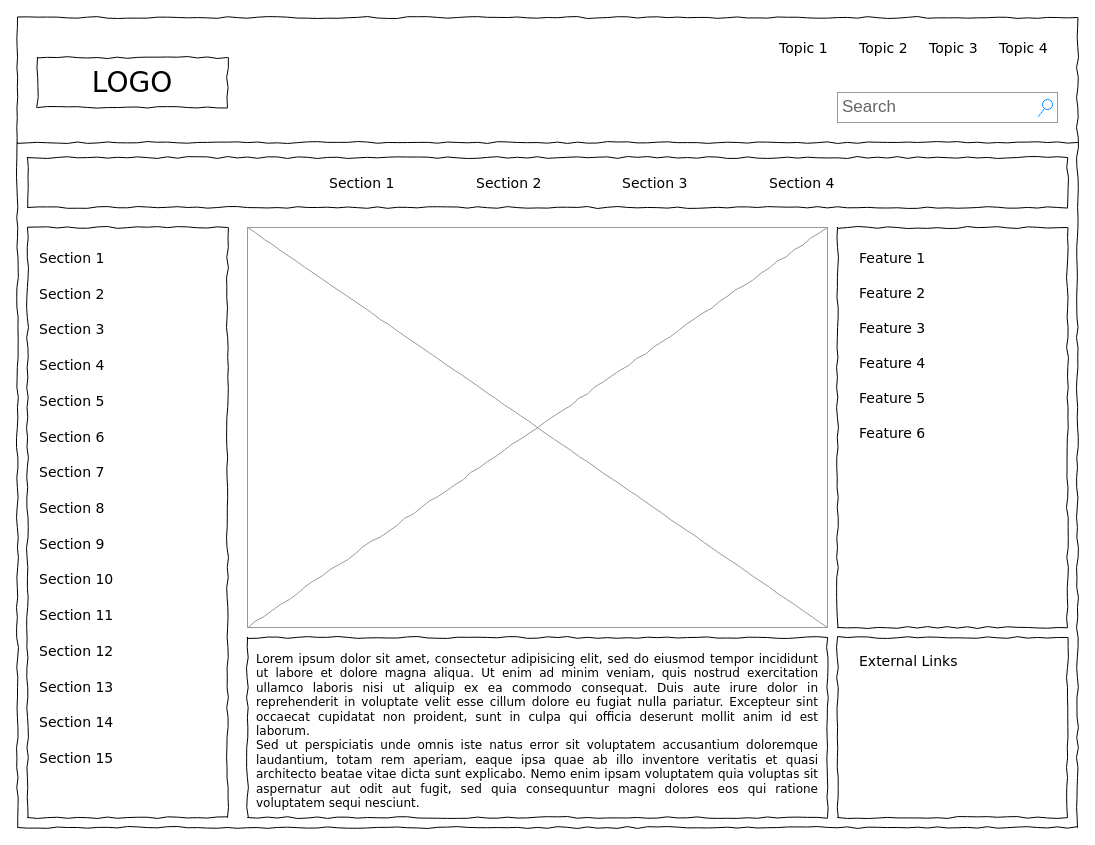
Earlier version of the draw.io diagram pictures/Untitled Diagram.drawio (RaspInLoop/ria-devdoc). Source tidied: cells renumbered, new cells numbered last; positions are measured from the earlier drawing's top-left corner, leaving out a move shared by most shapes. Both pictures are drawn from the tidied source at 100%, with x=0, y=0 at pixel (17, 17).
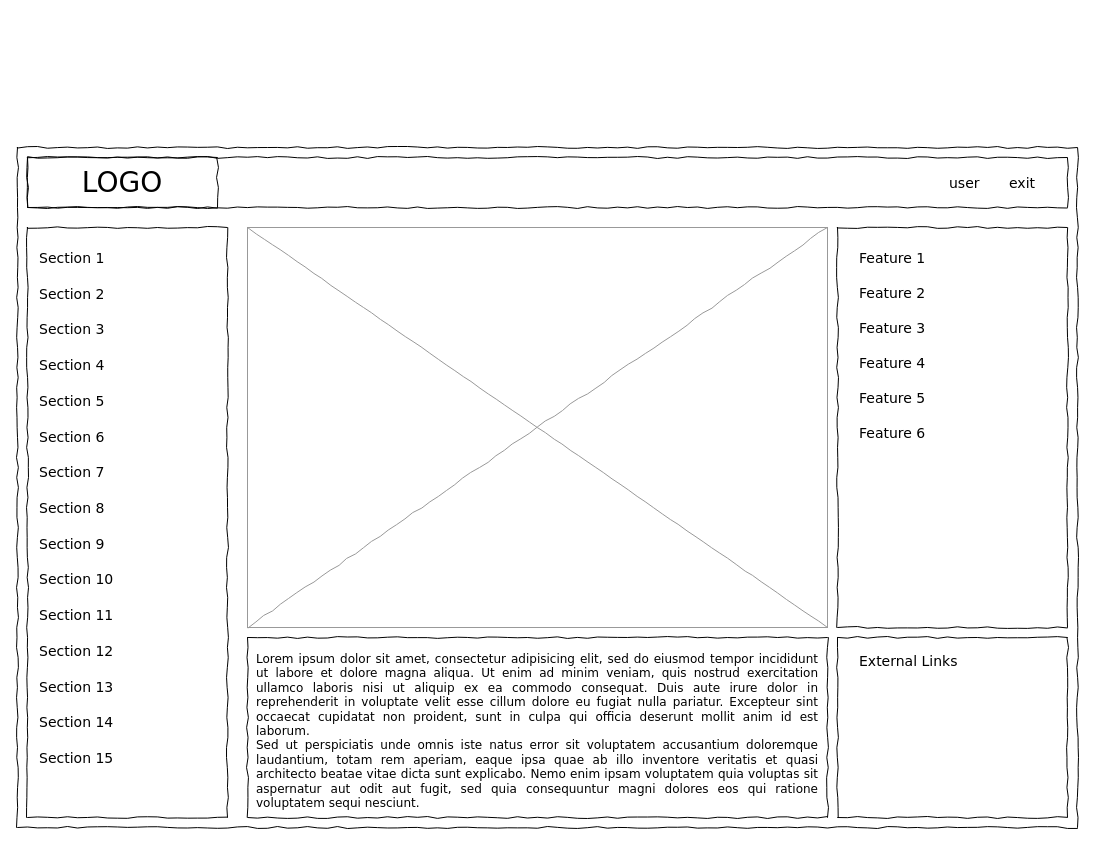
After the change.

Diff of the diagram source:
```diff
@@
     <mxCell id="2" style="whiteSpace=wrap;html=1;rounded=0;shadow=0;labelBackgroundColor=none;strokeColor=#000000;strokeWidth=1;fillColor=none;fontFamily=Verdana;fontSize=12;fontColor=#000000;align=center;comic=1;" parent="1" vertex="1">
-      <mxGeometry width="1060" height="810" as="geometry" />
+      <mxGeometry y="130" width="1060" height="680" as="geometry" />
     </mxCell>
     <mxCell id="3" value="LOGO" style="whiteSpace=wrap;html=1;rounded=0;shadow=0;labelBackgroundColor=none;strokeWidth=1;fontFamily=Verdana;fontSize=28;align=center;comic=1;" parent="1" vertex="1">
-      <mxGeometry x="20" y="40" width="190" height="50" as="geometry" />
+      <mxGeometry x="10" y="140" width="190" height="50" as="geometry" />
     </mxCell>
-    <mxCell id="4" value="Search" style="strokeWidth=1;shadow=0;dashed=0;align=center;html=1;shape=mxgraph.mockup.forms.searchBox;strokeColor=#999999;mainText=;strokeColor2=#008cff;fontColor=#666666;fontSize=17;align=left;spacingLeft=3;rounded=0;labelBackgroundColor=none;comic=1;" parent="1" vertex="1">
-      <mxGeometry x="820" y="75" width="220" height="30" as="geometry" />
-    </mxCell>
-    <mxCell id="5" value="Topic 1" style="text;html=1;align=left;verticalAlign=top;spacingTop=-4;fontSize=14;fontFamily=Verdana;" parent="1" vertex="1">
-      <mxGeometry x="760" y="20" width="60" height="20" as="geometry" />
-    </mxCell>
-    <mxCell id="6" value="Topic 2" style="text;html=1;align=left;verticalAlign=top;spacingTop=-4;fontSize=14;fontFamily=Verdana;" parent="1" vertex="1">
-      <mxGeometry x="840" y="20" width="60" height="20" as="geometry" />
-    </mxCell>
-    <mxCell id="7" value="Topic 3" style="text;html=1;align=left;verticalAlign=top;spacingTop=-4;fontSize=14;fontFamily=Verdana;" parent="1" vertex="1">
-      <mxGeometry x="910" y="20" width="60" height="20" as="geometry" />
-    </mxCell>
-    <mxCell id="8" value="Topic 4" style="text;html=1;align=left;verticalAlign=top;spacingTop=-4;fontSize=14;fontFamily=Verdana;" parent="1" vertex="1">
-      <mxGeometry x="980" y="20" width="60" height="20" as="geometry" />
-    </mxCell>
@@
-    <mxCell id="10" style="line;strokeWidth=1;html=1;rounded=0;shadow=0;labelBackgroundColor=none;fillColor=none;fontFamily=Verdana;fontSize=14;fontColor=#000000;align=center;comic=1;" parent="1" vertex="1">
-      <mxGeometry y="120" width="1060" height="10" as="geometry" />
-    </mxCell>
@@
-    <mxCell id="12" value="Section 1" style="text;html=1;align=left;verticalAlign=top;spacingTop=-4;fontSize=14;fontFamily=Verdana;" parent="1" vertex="1">
-      <mxGeometry x="310" y="155" width="60" height="20" as="geometry" />
-    </mxCell>
-    <mxCell id="13" value="Section 2" style="text;html=1;align=left;verticalAlign=top;spacingTop=-4;fontSize=14;fontFamily=Verdana;" parent="1" vertex="1">
-      <mxGeometry x="457" y="155" width="60" height="20" as="geometry" />
-    </mxCell>
-    <mxCell id="14" value="Section 3" style="text;html=1;align=left;verticalAlign=top;spacingTop=-4;fontSize=14;fontFamily=Verdana;" parent="1" vertex="1">
-      <mxGeometry x="603" y="155" width="60" height="20" as="geometry" />
+    <mxCell id="14" value="user" style="text;html=1;align=left;verticalAlign=top;spacingTop=-4;fontSize=14;fontFamily=Verdana;" parent="1" vertex="1">
+      <mxGeometry x="930" y="155" width="60" height="20" as="geometry" />
     </mxCell>
-    <mxCell id="15" value="Section 4" style="text;html=1;align=left;verticalAlign=top;spacingTop=-4;fontSize=14;fontFamily=Verdana;" parent="1" vertex="1">
-      <mxGeometry x="750" y="155" width="60" height="20" as="geometry" />
+    <mxCell id="15" value="exit" style="text;html=1;align=left;verticalAlign=top;spacingTop=-4;fontSize=14;fontFamily=Verdana;" parent="1" vertex="1">
+      <mxGeometry x="990" y="155" width="60" height="20" as="geometry" />
     </mxCell>
```
